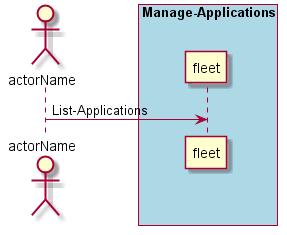
Before: docs/UseCases/Manage-Applications/List-Applications.png, a diagram exported from PlantUML (CAADE/fleet).
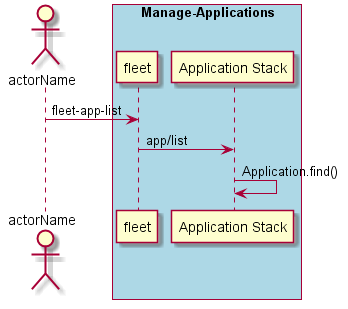
After the change.

Change to the diagram source:
```diff
@@ -3,7 +3,10 @@
 
 box "Manage-Applications" #lightblue
 participant "fleet" as S
-A -> S : List-Applications
+A -> S : fleet-app-list
+participant "Application Stack" as AS
+S -> AS : app/list
+AS -> AS : Application.find()
 end box
 
 @enduml
```
